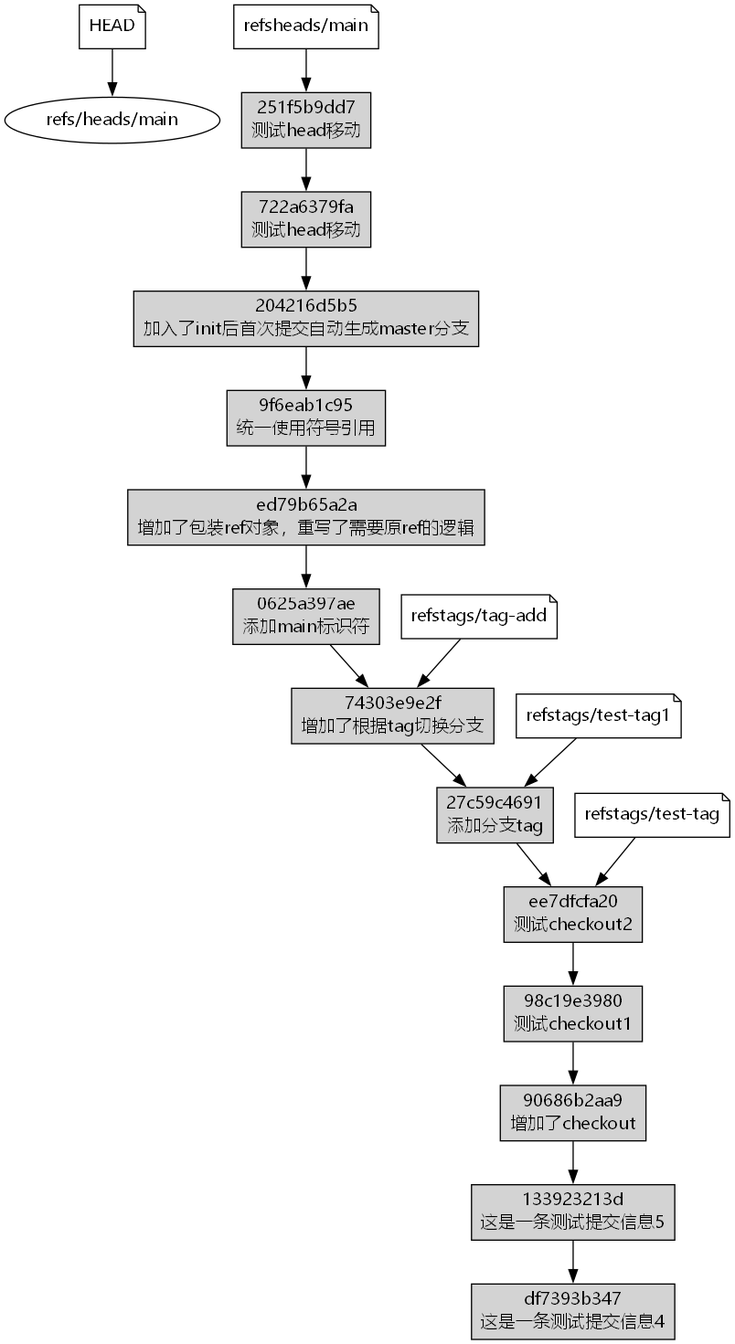
Above: graph.png in ZLaoShi/ugit (Graphviz), before the change. Its source is kept beside it as graph.dot.
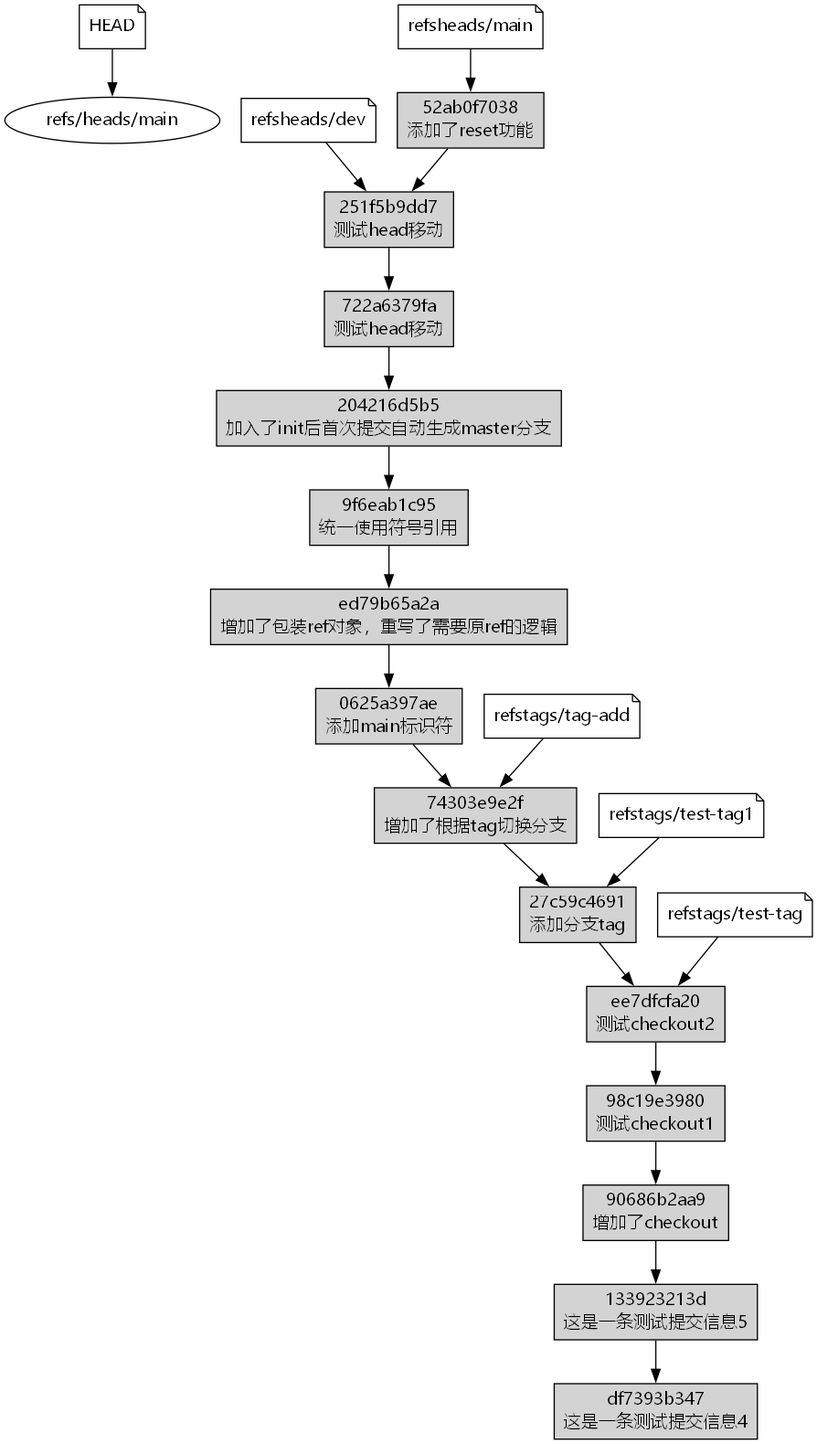
Later version of the same file.

What changed in the source:
```diff
@@ -4,14 +4,19 @@
     edge [fontname="Microsoft YaHei"];
 "HEAD" [shape=note]
 "HEAD" -> "refs/heads/main"
+"refs\heads/dev" [shape=note]
+"refs\heads/dev" -> "251f5b9dd792eac2a49fc105e75d33cdd5a8bac3"
 "refs\heads/main" [shape=note]
-"refs\heads/main" -> "251f5b9dd792eac2a49fc105e75d33cdd5a8bac3"
+"refs\heads/main" -> "52ab0f70381a3ece426177fe6b9d784537e52005"
 "refs\tags/tag-add" [shape=note]
 "refs\tags/tag-add" -> "74303e9e2f50ee066a7eae99e1e4a0fbecca150a"
 "refs\tags/test-tag" [shape=note]
 "refs\tags/test-tag" -> "ee7dfcfa2006967df7b4d5b1092cb46d33919e38"
 "refs\tags/test-tag1" [shape=note]
 "refs\tags/test-tag1" -> "27c59c4691cce27beedad6747191a58f078ec5e6"
+"52ab0f70381a3ece426177fe6b9d784537e52005" [shape=box style=filled label="52ab0f7038
+添加了reset功能"]
+"52ab0f70381a3ece426177fe6b9d784537e52005" -> "251f5b9dd792eac2a49fc105e75d33cdd5a8bac3"
 "251f5b9dd792eac2a49fc105e75d33cdd5a8bac3" [shape=box style=filled label="251f5b9dd7
 测试head移动"]
 "251f5b9dd792eac2a49fc105e75d33cdd5a8bac3" -> "722a6379fa9a878d13361c9f6940bbd71c73e8e3"
```
